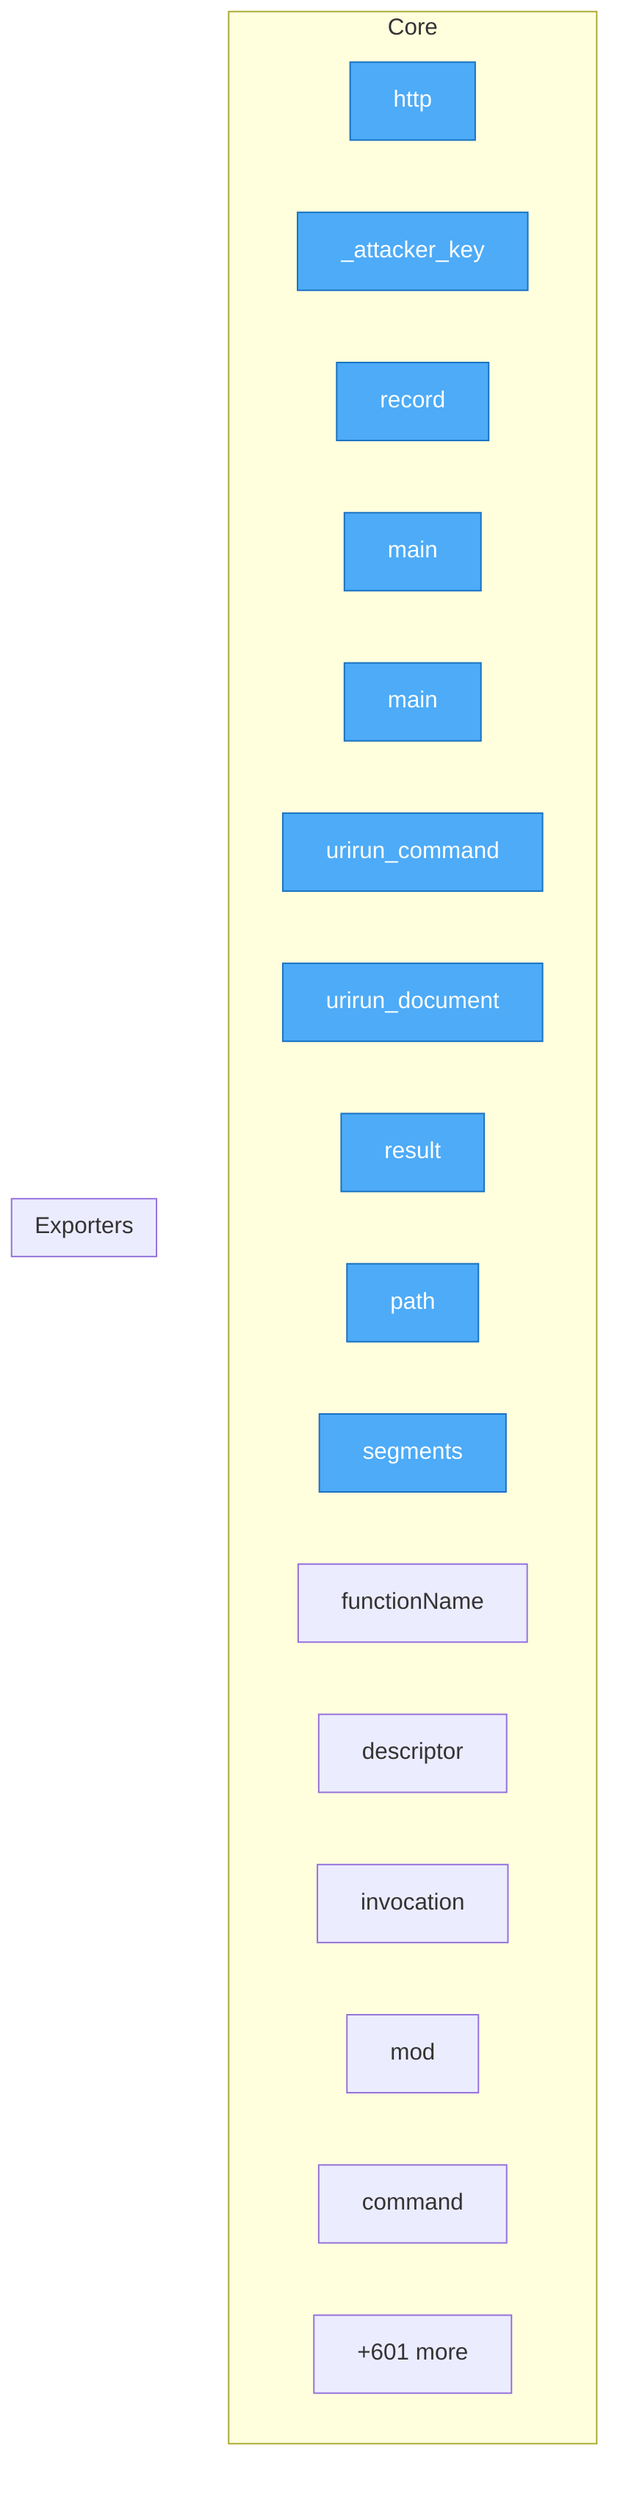
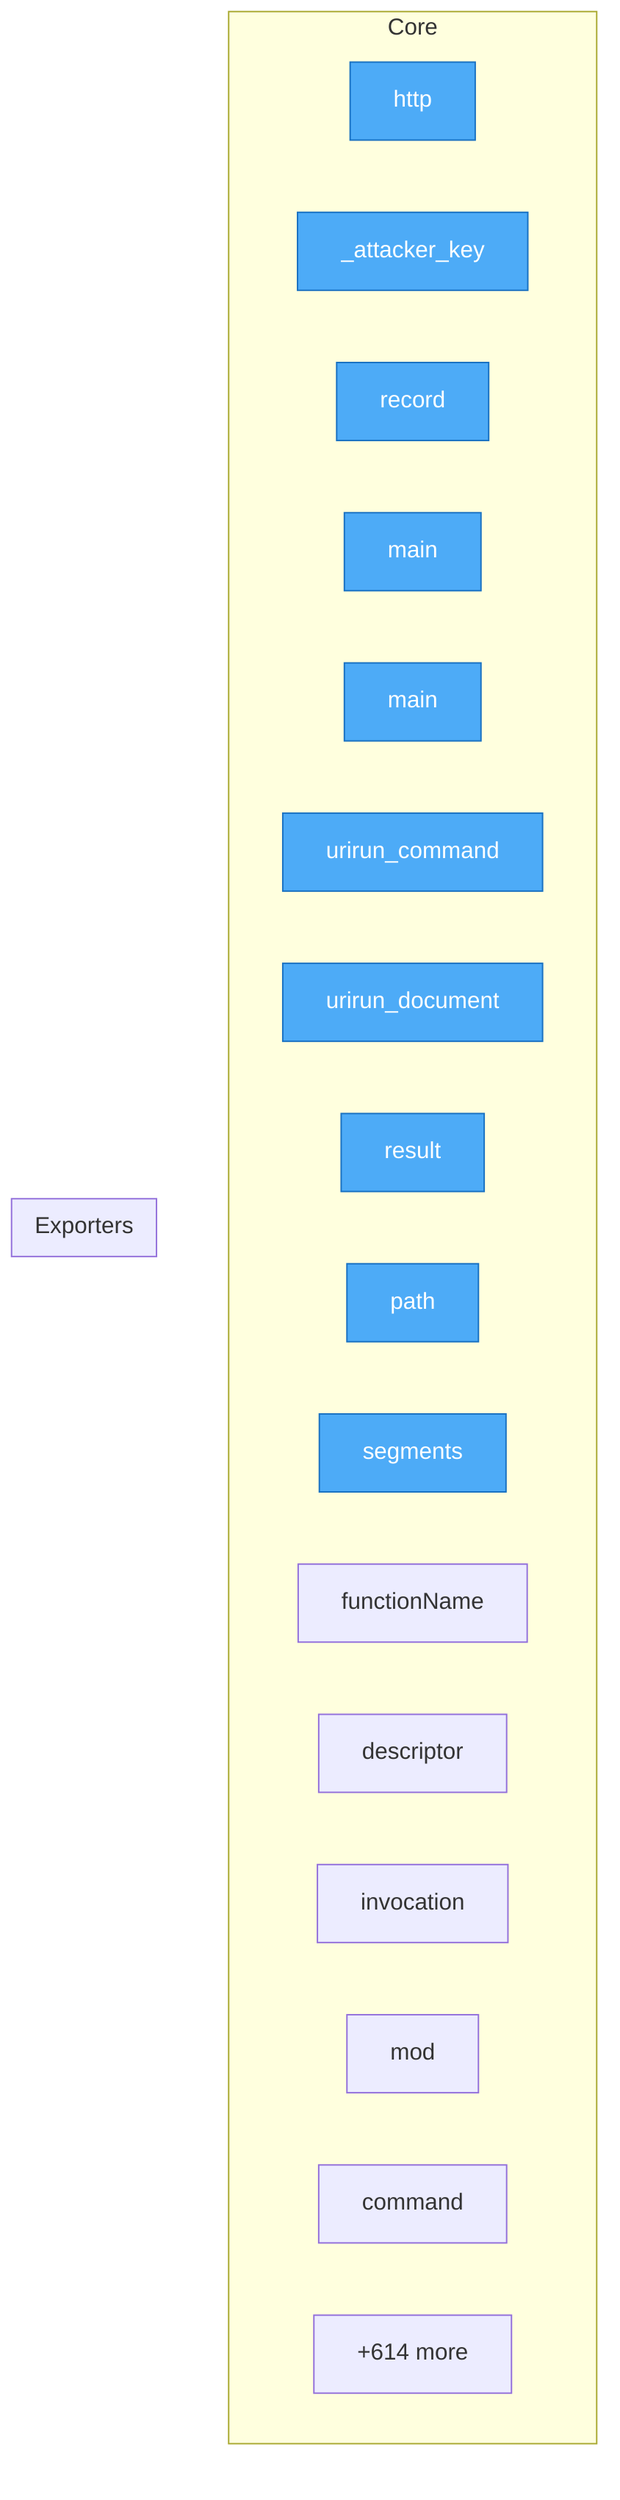
flowchart TD
%% generated in 0.04s

    %% Entry points (blue)
    classDef entry fill:#4dabf7,stroke:#1971c2,color:#fff

    subgraph Core
        security__mesh_probe__probe__http["http"]
        security__mesh_probe__probe___attacker_key["_attacker_key"]
        security__mesh_probe__probe__record["record"]
        adapters__conformance__main["main"]
        adapters__new_connector__main["main"]
        adapters__bash__urirun__urirun_command["urirun_command"]
        adapters__bash__urirun__urirun_document["urirun_document"]
        adapters__js__index__test__result["result"]
        adapters__js__path["path"]
        adapters__js__segments["segments"]
        adapters__js__functionName["functionName"]
        adapters__js__descriptor["descriptor"]
        adapters__js__invocation["invocation"]
        adapters__js__mod["mod"]
        adapters__java__Urirun__Urirun__command["command"]
-         ...["+601 more"]
+         ...["+614 more"]
    end

    subgraph Exporters
    end

    class security__mesh_probe__probe__http,security__mesh_probe__probe___attacker_key,security__mesh_probe__probe__record,adapters__conformance__main,adapters__new_connector__main,adapters__bash__urirun__urirun_command,adapters__bash__urirun__urirun_document,adapters__js__index__test__result,adapters__js__path,adapters__js__segments entry
